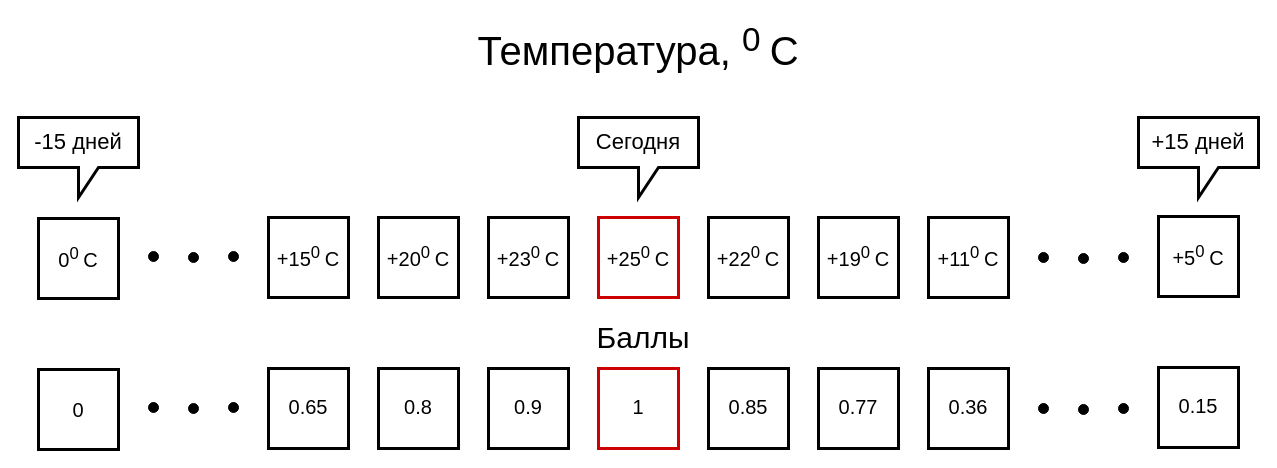
Above: diagrams/Simulation Sample TI.drawio in Yerlan999/CowsGPSTracker-KazATU (draw.io), before the change. Source tidied: cells renumbered, new cells numbered last; positions are measured from the earlier drawing's top-left corner, leaving out a move shared by most shapes. Both pictures are drawn from the tidied source at 100%, with x=0, y=0 at pixel (18, 17).
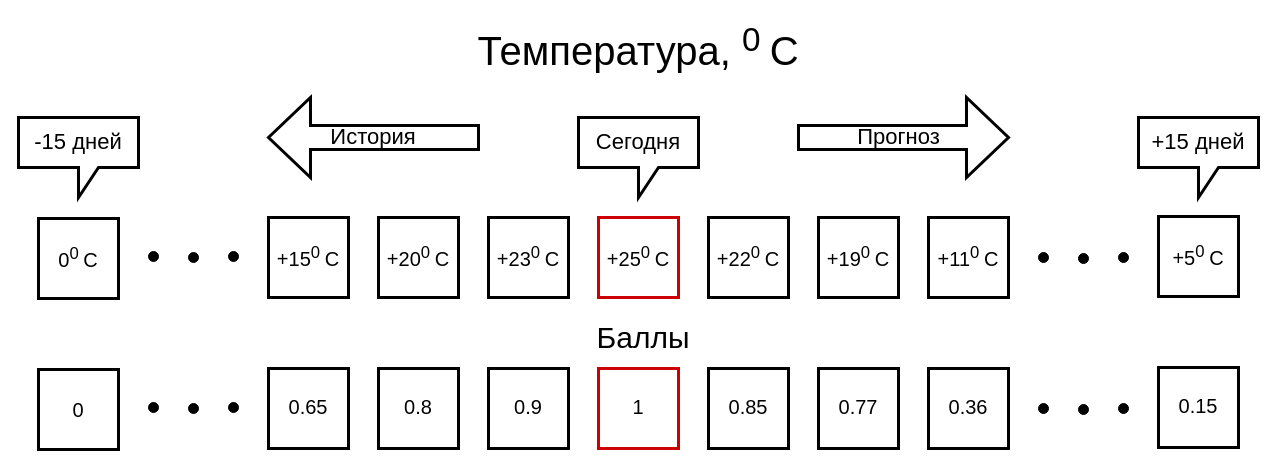
The same page after the edit.

The edit, as a diff of the source:
```diff
@@
+    <mxCell id="37" style="shape=singleArrow;direction=west;whiteSpace=wrap;html=1;strokeWidth=3;rotation=-180;horizontal=1;verticalAlign=middle;" parent="1" vertex="1">
+      <mxGeometry x="780" y="80" width="210" height="80" as="geometry" />
+    </mxCell>
+    <mxCell id="38" value="&lt;font style=&quot;font-size: 22px&quot;&gt;Прогноз&lt;/font&gt;" style="text;html=1;align=center;verticalAlign=middle;" parent="1" vertex="1">
+      <mxGeometry x="830" y="110" width="100" height="20" as="geometry" />
+    </mxCell>
+    <mxCell id="39" value="&lt;font style=&quot;font-size: 22px&quot;&gt;История&lt;/font&gt;" style="shape=singleArrow;direction=west;whiteSpace=wrap;html=1;strokeWidth=3;" parent="1" vertex="1">
+      <mxGeometry x="250" y="80" width="210" height="80" as="geometry" />
+    </mxCell>
```
